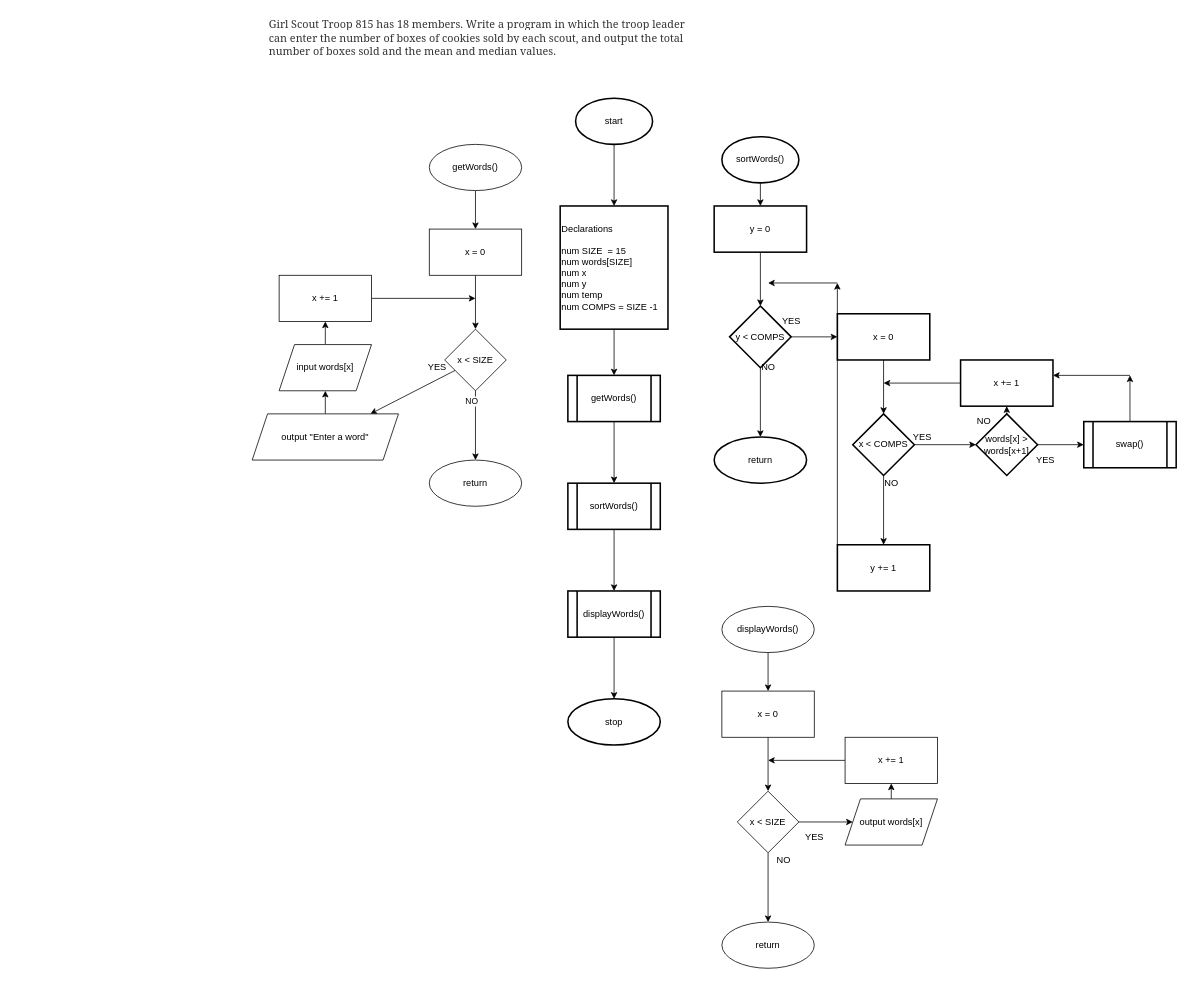
The draw.io diagram Problem Solving/girlscout.drawio in sweetrellish/python_work1, before the edit. Source tidied: cells renumbered, new cells numbered last; positions are measured from the earlier drawing's top-left corner, leaving out a move shared by most shapes. Both pictures are drawn from the tidied source at 77%, with x=0, y=0 at pixel (252, 13).
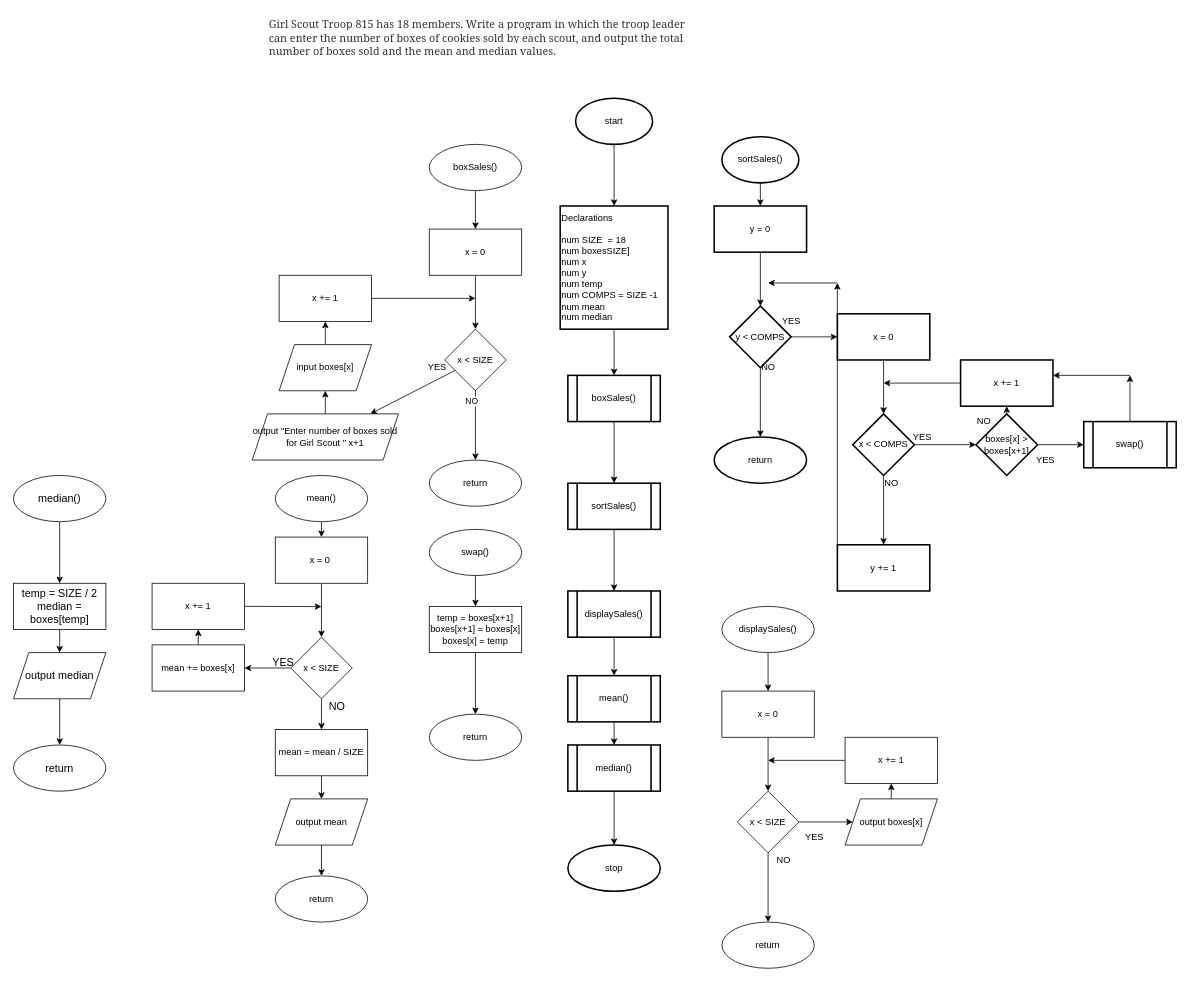
The same page after the edit.

The edit, as a diff of the source:
```diff
@@
-    <mxCell id="5" value="Declarations&lt;br&gt;&lt;br&gt;num SIZE&amp;nbsp; = 15&lt;br&gt;num words[SIZE]&lt;br&gt;num x&amp;nbsp;&lt;br&gt;num y&amp;nbsp;&lt;br&gt;num temp&lt;br&gt;num COMPS = SIZE -1" style="whiteSpace=wrap;html=1;strokeWidth=2;align=left;" parent="1" vertex="1">
+    <mxCell id="5" value="Declarations&lt;br&gt;&lt;br&gt;num SIZE&amp;nbsp; = 18&lt;br&gt;num boxesSIZE]&lt;br&gt;num x&amp;nbsp;&lt;br&gt;num y&amp;nbsp;&lt;br&gt;num temp&lt;br&gt;num COMPS = SIZE -1&lt;br&gt;num mean&amp;nbsp;&lt;br&gt;num median" style="whiteSpace=wrap;html=1;strokeWidth=2;align=left;" parent="1" vertex="1">
       <mxGeometry x="400" y="250" width="140" height="160" as="geometry" />
     </mxCell>
@@
-    <mxCell id="7" value="getWords()" style="shape=process;whiteSpace=wrap;html=1;backgroundOutline=1;align=center;strokeWidth=2;" parent="1" vertex="1">
+    <mxCell id="7" value="boxSales()" style="shape=process;whiteSpace=wrap;html=1;backgroundOutline=1;align=center;strokeWidth=2;" parent="1" vertex="1">
       <mxGeometry x="410" y="470" width="120" height="60" as="geometry" />
     </mxCell>
@@
-    <mxCell id="9" value="sortWords()" style="shape=process;whiteSpace=wrap;html=1;backgroundOutline=1;align=center;strokeWidth=2;" parent="1" vertex="1">
+    <mxCell id="9" value="sortSales()" style="shape=process;whiteSpace=wrap;html=1;backgroundOutline=1;align=center;strokeWidth=2;" parent="1" vertex="1">
       <mxGeometry x="410" y="610" width="120" height="60" as="geometry" />
     </mxCell>
-    <mxCell id="10" style="edgeStyle=none;html=1;" parent="1" edge="1" source="11" target="12">
-      <mxGeometry relative="1" as="geometry" />
-    </mxCell>
+    <mxCell id="74" style="edgeStyle=none;html=1;fontSize=14;" parent="1" edge="1" source="11" target="104">
+      <mxGeometry relative="1" as="geometry" />
+    </mxCell>
-    <mxCell id="11" value="displayWords()" style="shape=process;whiteSpace=wrap;html=1;backgroundOutline=1;align=center;strokeWidth=2;" parent="1" vertex="1">
+    <mxCell id="11" value="displaySales()" style="shape=process;whiteSpace=wrap;html=1;backgroundOutline=1;align=center;strokeWidth=2;" parent="1" vertex="1">
       <mxGeometry x="410" y="750" width="120" height="60" as="geometry" />
     </mxCell>
     <mxCell id="12" value="stop" style="ellipse;whiteSpace=wrap;html=1;strokeWidth=2;" parent="1" vertex="1">
-      <mxGeometry x="410" y="890" width="120" height="60" as="geometry" />
+      <mxGeometry x="410" y="1080" width="120" height="60" as="geometry" />
     </mxCell>
@@
-    <mxCell id="14" value="getWords()" style="ellipse;whiteSpace=wrap;html=1;" parent="1" vertex="1">
+    <mxCell id="14" value="boxSales()" style="ellipse;whiteSpace=wrap;html=1;" parent="1" vertex="1">
       <mxGeometry x="230" y="170" width="120" height="60" as="geometry" />
     </mxCell>
@@
-    <mxCell id="23" value="output &quot;Enter a word&quot;" style="shape=parallelogram;perimeter=parallelogramPerimeter;whiteSpace=wrap;html=1;fixedSize=1;" parent="1" vertex="1">
+    <mxCell id="23" value="output &quot;Enter number of boxes sold for Girl Scout &quot; x+1" style="shape=parallelogram;perimeter=parallelogramPerimeter;whiteSpace=wrap;html=1;fixedSize=1;" parent="1" vertex="1">
       <mxGeometry y="520" width="190" height="60" as="geometry" />
     </mxCell>
@@
-    <mxCell id="25" value="input words[x]" style="shape=parallelogram;perimeter=parallelogramPerimeter;whiteSpace=wrap;html=1;fixedSize=1;" parent="1" vertex="1">
+    <mxCell id="25" value="input boxes[x]" style="shape=parallelogram;perimeter=parallelogramPerimeter;whiteSpace=wrap;html=1;fixedSize=1;" parent="1" vertex="1">
       <mxGeometry x="35" y="430" width="120" height="60" as="geometry" />
     </mxCell>
@@
-    <mxCell id="30" value="sortWords()" style="strokeWidth=2;html=1;shape=mxgraph.flowchart.start_1;whiteSpace=wrap;" parent="1" vertex="1">
+    <mxCell id="30" value="sortSales()" style="strokeWidth=2;html=1;shape=mxgraph.flowchart.start_1;whiteSpace=wrap;" parent="1" vertex="1">
       <mxGeometry x="610" y="160" width="100" height="60" as="geometry" />
     </mxCell>
@@
-    <mxCell id="50" value="words[x] &amp;gt; words[x+1]" style="rhombus;whiteSpace=wrap;html=1;strokeWidth=2;" parent="1" vertex="1">
+    <mxCell id="50" value="boxes[x] &amp;gt; boxes[x+1]" style="rhombus;whiteSpace=wrap;html=1;strokeWidth=2;" parent="1" vertex="1">
       <mxGeometry x="940" y="520" width="80" height="80" as="geometry" />
     </mxCell>
@@
-    <mxCell id="60" value="displayWords()" style="ellipse;whiteSpace=wrap;html=1;" parent="1" vertex="1">
+    <mxCell id="60" value="displaySales()" style="ellipse;whiteSpace=wrap;html=1;" parent="1" vertex="1">
       <mxGeometry x="610" y="770" width="120" height="60" as="geometry" />
     </mxCell>
@@
-    <mxCell id="69" value="output words[x]" style="shape=parallelogram;perimeter=parallelogramPerimeter;whiteSpace=wrap;html=1;fixedSize=1;" parent="1" vertex="1">
+    <mxCell id="69" value="output boxes[x]" style="shape=parallelogram;perimeter=parallelogramPerimeter;whiteSpace=wrap;html=1;fixedSize=1;" parent="1" vertex="1">
       <mxGeometry x="770" y="1020" width="120" height="60" as="geometry" />
     </mxCell>
@@
+    <mxCell id="75" style="edgeStyle=none;html=1;" parent="1" edge="1" source="76" target="78">
+      <mxGeometry relative="1" as="geometry" />
+    </mxCell>
+    <mxCell id="76" value="swap()" style="ellipse;whiteSpace=wrap;html=1;" parent="1" vertex="1">
+      <mxGeometry x="230" y="670" width="120" height="60" as="geometry" />
+    </mxCell>
+    <mxCell id="77" style="edgeStyle=none;html=1;" parent="1" edge="1" source="78" target="79">
+      <mxGeometry relative="1" as="geometry" />
+    </mxCell>
+    <mxCell id="78" value="temp = boxes[x+1]&lt;br&gt;boxes[x+1] = boxes[x]&lt;br&gt;boxes[x] = temp" style="whiteSpace=wrap;html=1;" parent="1" vertex="1">
+      <mxGeometry x="230" y="770" width="120" height="60" as="geometry" />
+    </mxCell>
+    <mxCell id="79" value="return" style="ellipse;whiteSpace=wrap;html=1;" parent="1" vertex="1">
+      <mxGeometry x="230" y="910" width="120" height="60" as="geometry" />
+    </mxCell>
+    <mxCell id="80" style="edgeStyle=none;html=1;fontSize=24;" parent="1" edge="1" source="81" target="83">
+      <mxGeometry relative="1" as="geometry" />
+    </mxCell>
+    <mxCell id="81" value="mean()" style="ellipse;whiteSpace=wrap;html=1;" parent="1" vertex="1">
+      <mxGeometry x="30" y="600" width="120" height="60" as="geometry" />
+    </mxCell>
+    <mxCell id="82" style="edgeStyle=none;html=1;fontSize=24;" parent="1" edge="1" source="83" target="86">
+      <mxGeometry relative="1" as="geometry" />
+    </mxCell>
+    <mxCell id="83" value="x = 0&amp;nbsp;" style="whiteSpace=wrap;html=1;" parent="1" vertex="1">
+      <mxGeometry x="30" y="680" width="120" height="60" as="geometry" />
+    </mxCell>
+    <mxCell id="84" style="edgeStyle=none;html=1;fontSize=24;" parent="1" edge="1" source="86" target="88">
+      <mxGeometry relative="1" as="geometry" />
+    </mxCell>
+    <mxCell id="85" style="edgeStyle=none;html=1;fontSize=14;" parent="1" edge="1" source="86" target="93">
+      <mxGeometry relative="1" as="geometry" />
+    </mxCell>
+    <mxCell id="86" value="x &amp;lt; SIZE" style="rhombus;whiteSpace=wrap;html=1;" parent="1" vertex="1">
+      <mxGeometry x="50" y="810" width="80" height="80" as="geometry" />
+    </mxCell>
+    <mxCell id="87" style="edgeStyle=none;html=1;fontSize=24;" parent="1" edge="1" source="88" target="90">
+      <mxGeometry relative="1" as="geometry" />
+    </mxCell>
+    <mxCell id="88" value="mean += boxes[x]" style="whiteSpace=wrap;html=1;" parent="1" vertex="1">
+      <mxGeometry x="-130" y="820" width="120" height="60" as="geometry" />
+    </mxCell>
+    <mxCell id="89" style="edgeStyle=none;html=1;exitX=1;exitY=0.5;exitDx=0;exitDy=0;fontSize=24;" parent="1" edge="1" source="90">
+      <mxGeometry relative="1" as="geometry">
+        <mxPoint x="90" y="770.3" as="targetPoint" />
+      </mxGeometry>
+    </mxCell>
+    <mxCell id="90" value="x += 1" style="whiteSpace=wrap;html=1;" parent="1" vertex="1">
+      <mxGeometry x="-130" y="740" width="120" height="60" as="geometry" />
+    </mxCell>
+    <mxCell id="91" value="&lt;font style=&quot;font-size: 14px&quot;&gt;YES&lt;/font&gt;" style="text;html=1;align=center;verticalAlign=middle;strokeColor=none;fillColor=none;fontSize=24;" parent="1" vertex="1">
+      <mxGeometry x="20" y="820" width="40" height="40" as="geometry" />
+    </mxCell>
+    <mxCell id="92" style="edgeStyle=none;html=1;fontSize=14;" parent="1" edge="1" source="93" target="106">
+      <mxGeometry relative="1" as="geometry" />
+    </mxCell>
+    <mxCell id="93" value="mean = mean / SIZE" style="whiteSpace=wrap;html=1;" parent="1" vertex="1">
+      <mxGeometry x="30" y="930" width="120" height="60" as="geometry" />
+    </mxCell>
+    <mxCell id="94" value="return" style="ellipse;whiteSpace=wrap;html=1;" parent="1" vertex="1">
+      <mxGeometry x="30" y="1120" width="120" height="60" as="geometry" />
+    </mxCell>
+    <mxCell id="95" value="NO" style="text;html=1;align=center;verticalAlign=middle;strokeColor=none;fillColor=none;fontSize=14;" parent="1" vertex="1">
+      <mxGeometry x="90" y="890" width="40" height="20" as="geometry" />
+    </mxCell>
+    <mxCell id="96" style="edgeStyle=none;html=1;fontSize=14;" parent="1" edge="1" source="97" target="99">
+      <mxGeometry relative="1" as="geometry" />
+    </mxCell>
+    <mxCell id="97" value="median()" style="ellipse;whiteSpace=wrap;html=1;fontSize=14;" parent="1" vertex="1">
+      <mxGeometry x="-310" y="600" width="120" height="60" as="geometry" />
+    </mxCell>
+    <mxCell id="98" style="edgeStyle=none;html=1;fontSize=14;" parent="1" edge="1" source="99" target="102">
+      <mxGeometry relative="1" as="geometry" />
+    </mxCell>
+    <mxCell id="99" value="temp = SIZE / 2&lt;br&gt;median = boxes[temp]" style="whiteSpace=wrap;html=1;fontSize=14;" parent="1" vertex="1">
+      <mxGeometry x="-310" y="740" width="120" height="60" as="geometry" />
+    </mxCell>
+    <mxCell id="100" value="return" style="ellipse;whiteSpace=wrap;html=1;fontSize=14;" parent="1" vertex="1">
+      <mxGeometry x="-310" y="950" width="120" height="60" as="geometry" />
+    </mxCell>
+    <mxCell id="101" style="edgeStyle=none;html=1;fontSize=14;" parent="1" edge="1" source="102" target="100">
+      <mxGeometry relative="1" as="geometry" />
+    </mxCell>
+    <mxCell id="102" value="output median" style="shape=parallelogram;perimeter=parallelogramPerimeter;whiteSpace=wrap;html=1;fixedSize=1;fontSize=14;" parent="1" vertex="1">
+      <mxGeometry x="-310" y="830" width="120" height="60" as="geometry" />
+    </mxCell>
+    <mxCell id="103" style="edgeStyle=none;html=1;fontSize=14;" parent="1" edge="1" source="104" target="108">
+      <mxGeometry relative="1" as="geometry" />
+    </mxCell>
+    <mxCell id="104" value="mean()" style="shape=process;whiteSpace=wrap;html=1;backgroundOutline=1;align=center;strokeWidth=2;" parent="1" vertex="1">
+      <mxGeometry x="410" y="860" width="120" height="60" as="geometry" />
+    </mxCell>
+    <mxCell id="105" style="edgeStyle=none;html=1;fontSize=14;" parent="1" edge="1" source="106" target="94">
+      <mxGeometry relative="1" as="geometry" />
+    </mxCell>
+    <mxCell id="106" value="output mean" style="shape=parallelogram;perimeter=parallelogramPerimeter;whiteSpace=wrap;html=1;fixedSize=1;" parent="1" vertex="1">
+      <mxGeometry x="30" y="1020" width="120" height="60" as="geometry" />
+    </mxCell>
+    <mxCell id="107" style="edgeStyle=none;html=1;fontSize=14;" parent="1" edge="1" source="108" target="12">
+      <mxGeometry relative="1" as="geometry" />
+    </mxCell>
+    <mxCell id="108" value="median()" style="shape=process;whiteSpace=wrap;html=1;backgroundOutline=1;align=center;strokeWidth=2;" parent="1" vertex="1">
+      <mxGeometry x="410" y="950" width="120" height="60" as="geometry" />
+    </mxCell>
```
